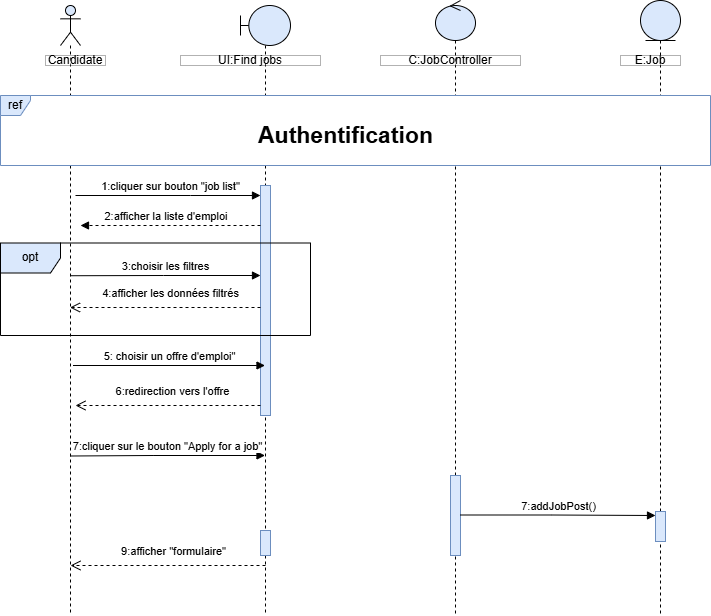
The draw.io diagram Diagramme de sequence postuler à un emploi.drawio.png in chirine1/-project, before a commit. Source tidied: cells renumbered, new cells last; positions are measured from the earlier drawing's top-left corner, leaving out a move shared by most shapes.
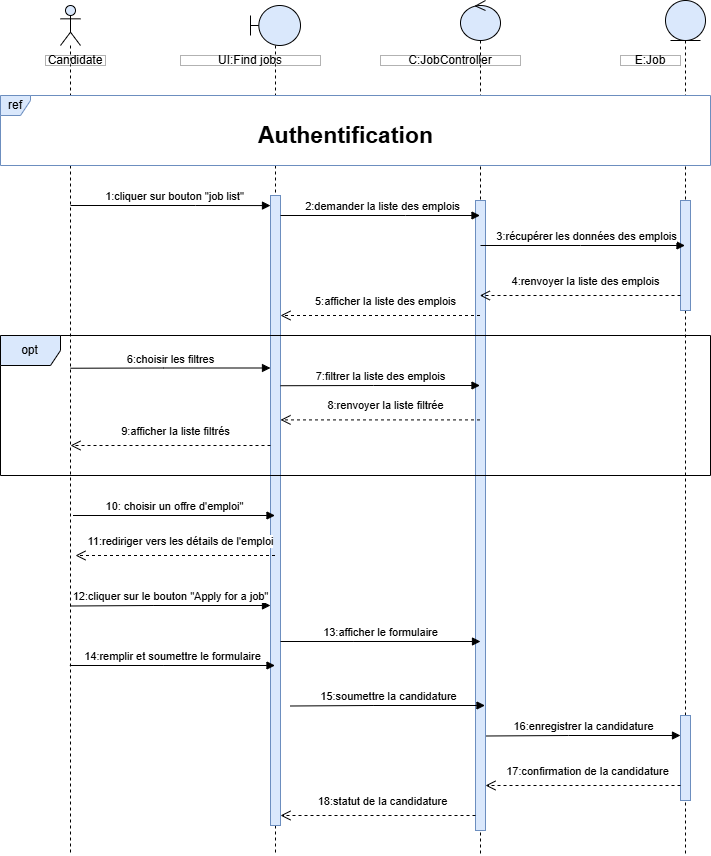
Above is the later version.

Commit message:
Mettre à jour Diagramme de sequence postuler à un emploi.drawio.png

Diff of the diagram source:
```diff
@@ -3,36 +3,37 @@
     <mxCell id="0" />
     <mxCell id="1" parent="0" />
     <mxCell id="2" style="shape=umlLifeline;perimeter=lifelinePerimeter;whiteSpace=wrap;html=1;outlineConnect=0;portConstraint=eastwest;newEdgeStyle={&quot;curved&quot;:0,&quot;rounded&quot;:0};participant=umlBoundary;fillColor=#dae8fc;strokeColor=default;" parent="1" vertex="1">
-      <mxGeometry x="240" y="5" width="50" height="610" as="geometry" />
+      <mxGeometry x="250" y="5" width="50" height="850" as="geometry" />
     </mxCell>
     <mxCell id="3" style="html=1;points=[[0,0,0,0,5],[0,1,0,0,-5],[1,0,0,0,5],[1,1,0,0,-5]];perimeter=orthogonalPerimeter;outlineConnect=0;targetShapes=umlLifeline;portConstraint=eastwest;newEdgeStyle={&quot;curved&quot;:0,&quot;rounded&quot;:0};fillColor=#dae8fc;strokeColor=#6c8ebf;" parent="2" vertex="1">
-      <mxGeometry x="20" y="180" width="10" height="230" as="geometry" />
+      <mxGeometry x="20" y="190" width="10" height="630" as="geometry" />
     </mxCell>
-    <mxCell id="4" style="html=1;perimeter=orthogonalPerimeter;targetShapes=umlLifeline;newEdgeStyle={&quot;curved&quot;:0,&quot;rounded&quot;:0};fillColor=#dae8fc;strokeColor=#6c8ebf;" parent="2" vertex="1">
-      <mxGeometry x="20" y="525" width="10" height="25" as="geometry" />
-    </mxCell>
     <mxCell id="5" style="shape=umlLifeline;perimeter=lifelinePerimeter;whiteSpace=wrap;html=1;newEdgeStyle={&quot;curved&quot;:0,&quot;rounded&quot;:0};participant=umlEntity;fillColor=#dae8fc;strokeColor=default;" parent="1" vertex="1">
-      <mxGeometry x="640" width="40" height="615" as="geometry" />
+      <mxGeometry x="665" width="40" height="855" as="geometry" />
     </mxCell>
+    <mxCell id="20" style="html=1;perimeter=orthogonalPerimeter;targetShapes=umlLifeline;newEdgeStyle={&quot;curved&quot;:0,&quot;rounded&quot;:0};fillColor=#dae8fc;strokeColor=#6c8ebf;" parent="5" vertex="1">
+      <mxGeometry x="15" y="715" width="10" height="85" as="geometry" />
+    </mxCell>
+    <mxCell id="26" style="html=1;perimeter=orthogonalPerimeter;targetShapes=umlLifeline;newEdgeStyle={&quot;curved&quot;:0,&quot;rounded&quot;:0};fillColor=#dae8fc;strokeColor=#6c8ebf;" parent="5" vertex="1">
+      <mxGeometry x="15" y="200" width="10" height="110" as="geometry" />
+    </mxCell>
     <mxCell id="6" style="shape=umlLifeline;perimeter=lifelinePerimeter;whiteSpace=wrap;html=1;outlineConnect=0;portConstraint=eastwest;newEdgeStyle={&quot;curved&quot;:0,&quot;rounded&quot;:0};participant=umlControl;fillColor=#dae8fc;strokeColor=default;" parent="1" vertex="1">
-      <mxGeometry x="435" width="40" height="615" as="geometry" />
+      <mxGeometry x="460" width="40" height="855" as="geometry" />
     </mxCell>
+    <mxCell id="18" style="html=1;points=[[0,0,0,0,5],[0,1,0,0,-5],[1,0,0,0,5],[1,1,0,0,-5]];perimeter=orthogonalPerimeter;outlineConnect=0;targetShapes=umlLifeline;portConstraint=eastwest;newEdgeStyle={&quot;curved&quot;:0,&quot;rounded&quot;:0};fillColor=#dae8fc;strokeColor=#6c8ebf;" parent="6" vertex="1">
+      <mxGeometry x="15" y="200" width="10" height="630" as="geometry" />
+    </mxCell>
     <mxCell id="7" style="shape=umlLifeline;perimeter=lifelinePerimeter;whiteSpace=wrap;html=1;outlineConnect=0;portConstraint=eastwest;newEdgeStyle={&quot;curved&quot;:0,&quot;rounded&quot;:0};participant=umlActor;fillColor=#dae8fc;strokeColor=default;" parent="1" vertex="1">
-      <mxGeometry x="60" y="5" width="20" height="610" as="geometry" />
+      <mxGeometry x="60" y="5" width="20" height="850" as="geometry" />
     </mxCell>
-    <mxCell id="8" value="6:redirection vers l'offre" style="html=1;verticalAlign=bottom;endArrow=open;dashed=1;endSize=8;curved=0;rounded=0;entryX=1;entryY=0;entryDx=0;entryDy=5;entryPerimeter=0;" parent="1" edge="1" source="3">
+    <mxCell id="8" value="11:rediriger vers les détails de l'emploi" style="html=1;verticalAlign=bottom;endArrow=open;dashed=1;endSize=8;curved=0;rounded=0;entryX=1;entryY=0;entryDx=0;entryDy=5;entryPerimeter=0;" parent="1" edge="1" source="2">
       <mxGeometry x="-0.05" y="-5" relative="1" as="geometry">
-        <mxPoint x="75" y="405" as="targetPoint" />
+        <mxPoint x="75" y="555" as="targetPoint" />
       </mxGeometry>
     </mxCell>
     <mxCell id="9" value="opt" style="shape=umlFrame;whiteSpace=wrap;html=1;fillColor=#dae8fc;strokeColor=default;" parent="1" vertex="1">
-      <mxGeometry y="242.5" width="310" height="92.5" as="geometry" />
+      <mxGeometry y="335" width="710" height="140" as="geometry" />
     </mxCell>
-    <mxCell id="10" value="2:afficher la liste d'emploi&amp;nbsp;" style="html=1;verticalAlign=bottom;endArrow=block;curved=0;rounded=0;dashed=1;" parent="1" edge="1" source="3">
-      <mxGeometry x="0.03" relative="1" as="geometry">
-        <mxPoint x="80" y="225" as="targetPoint" />
-      </mxGeometry>
-    </mxCell>
     <mxCell id="11" value="Candidate" style="html=1;whiteSpace=wrap;opacity=30;gradientColor=none;fillColor=default;fillStyle=auto;rounded=0;" parent="1" vertex="1">
       <mxGeometry x="45" y="55" width="60" height="10" as="geometry" />
     </mxCell>
@@ -45,65 +46,134 @@
     <mxCell id="14" value="E:Job" style="html=1;whiteSpace=wrap;opacity=30;gradientColor=none;fillColor=default;fillStyle=auto;rounded=0;" parent="1" vertex="1">
       <mxGeometry x="620" y="55" width="60" height="10" as="geometry" />
     </mxCell>
-    <mxCell id="15" value="1:cliquer sur bouton &quot;job list&quot;" style="html=1;verticalAlign=bottom;endArrow=block;curved=0;rounded=0;" parent="1" edge="1" target="3">
+    <mxCell id="15" value="1:cliquer sur bouton &quot;job list&quot;" style="html=1;verticalAlign=bottom;endArrow=block;curved=0;rounded=0;entryX=0;entryY=0.016;entryDx=0;entryDy=0;entryPerimeter=0;" parent="1" edge="1" target="3">
       <mxGeometry x="0.03" relative="1" as="geometry">
-        <mxPoint x="75" y="195" as="sourcePoint" />
+        <mxPoint x="70" y="205" as="sourcePoint" />
         <Array as="points">
-          <mxPoint x="190" y="195" />
+          <mxPoint x="195" y="205" />
         </Array>
       </mxGeometry>
     </mxCell>
     <mxCell id="16" value="ref" style="shape=umlFrame;whiteSpace=wrap;html=1;fillColor=#dae8fc;strokeColor=#6c8ebf;width=30;height=20;swimlaneFillColor=default;" parent="1" vertex="1">
       <mxGeometry y="95" width="710" height="70" as="geometry" />
     </mxCell>
-    <mxCell id="17" value="3:choisir les filtres" style="html=1;verticalAlign=bottom;endArrow=block;curved=0;rounded=0;exitX=0.5;exitY=0.443;exitDx=0;exitDy=0;exitPerimeter=0;" parent="1" edge="1" source="7" target="3">
+    <mxCell id="17" value="6:choisir les filtres" style="html=1;verticalAlign=bottom;endArrow=block;curved=0;rounded=0;exitX=0.5;exitY=0.443;exitDx=0;exitDy=0;exitPerimeter=0;" parent="1" edge="1" target="3">
       <mxGeometry relative="1" as="geometry">
+        <mxPoint x="70" y="367.7" as="sourcePoint" />
         <Array as="points">
-          <mxPoint x="163.1" y="275" />
+          <mxPoint x="163.1" y="367.5" />
         </Array>
       </mxGeometry>
     </mxCell>
-    <mxCell id="18" style="html=1;points=[[0,0,0,0,5],[0,1,0,0,-5],[1,0,0,0,5],[1,1,0,0,-5]];perimeter=orthogonalPerimeter;outlineConnect=0;targetShapes=umlLifeline;portConstraint=eastwest;newEdgeStyle={&quot;curved&quot;:0,&quot;rounded&quot;:0};fillColor=#dae8fc;strokeColor=#6c8ebf;" parent="1" vertex="1">
-      <mxGeometry x="450" y="475" width="10" height="80" as="geometry" />
-    </mxCell>
     <mxCell id="19" value="&lt;font style=&quot;font-size: 23px;&quot;&gt;Authentification&lt;/font&gt;" style="text;html=1;align=center;verticalAlign=middle;strokeColor=none;fillColor=default;gradientColor=none;rounded=0;glass=0;shadow=0;fontStyle=1;" parent="1" vertex="1">
       <mxGeometry x="255" y="115" width="180" height="40" as="geometry" />
     </mxCell>
-    <mxCell id="20" style="html=1;perimeter=orthogonalPerimeter;targetShapes=umlLifeline;newEdgeStyle={&quot;curved&quot;:0,&quot;rounded&quot;:0};fillColor=#dae8fc;strokeColor=#6c8ebf;" parent="1" vertex="1">
-      <mxGeometry x="655" y="511" width="10" height="30" as="geometry" />
-    </mxCell>
-    <mxCell id="21" value="5: choisir un offre d'emploi&quot;" style="html=1;verticalAlign=bottom;endArrow=block;curved=0;rounded=0;" parent="1" edge="1" target="2">
+    <mxCell id="21" value="10: choisir un offre d'emploi&quot;" style="html=1;verticalAlign=bottom;endArrow=block;curved=0;rounded=0;" parent="1" edge="1" target="2">
       <mxGeometry relative="1" as="geometry">
-        <mxPoint x="72.5" y="365" as="sourcePoint" />
+        <mxPoint x="72.5" y="515" as="sourcePoint" />
       </mxGeometry>
     </mxCell>
-    <mxCell id="22" value="7:cliquer sur le bouton &quot;Apply for a job&quot;" style="html=1;verticalAlign=bottom;endArrow=block;curved=0;rounded=0;" parent="1" edge="1" target="2">
+    <mxCell id="22" value="12:cliquer sur le bouton &quot;Apply for a job&quot;" style="html=1;verticalAlign=bottom;endArrow=block;curved=0;rounded=0;" parent="1" edge="1">
       <mxGeometry relative="1" as="geometry">
-        <mxPoint x="70" y="455.5" as="sourcePoint" />
+        <mxPoint x="70" y="605.5" as="sourcePoint" />
+        <mxPoint x="270" y="605" as="targetPoint" />
         <Array as="points">
-          <mxPoint x="152.6" y="455" />
+          <mxPoint x="152.6" y="605" />
         </Array>
       </mxGeometry>
     </mxCell>
-    <mxCell id="23" value="7:addJobPost()" style="html=1;verticalAlign=bottom;endArrow=block;curved=0;rounded=0;" parent="1" edge="1" source="18">
-      <mxGeometry relative="1" as="geometry">
-        <mxPoint x="655" y="515" as="targetPoint" />
-        <Array as="points">
-          <mxPoint x="550.6" y="514.5" />
-        </Array>
-      </mxGeometry>
-    </mxCell>
-    <mxCell id="24" value="9:afficher &quot;formulaire&quot;" style="html=1;verticalAlign=bottom;endArrow=open;dashed=1;endSize=8;curved=0;rounded=0;exitX=0;exitY=1;exitDx=0;exitDy=-5;exitPerimeter=0;entryX=1;entryY=1;entryDx=0;entryDy=-5;entryPerimeter=0;" parent="1" edge="1">
-      <mxGeometry x="-0.05" y="-5" relative="1" as="geometry">
-        <mxPoint x="265" y="565" as="sourcePoint" />
-        <mxPoint x="70" y="565" as="targetPoint" />
-      </mxGeometry>
-    </mxCell>
-    <mxCell id="25" value="4:afficher les données filtrés" style="html=1;verticalAlign=bottom;endArrow=open;dashed=1;endSize=8;curved=0;rounded=0;" parent="1" edge="1">
+    <mxCell id="25" value="9:afficher la liste filtrés" style="html=1;verticalAlign=bottom;endArrow=open;dashed=1;endSize=8;curved=0;rounded=0;" parent="1" edge="1" source="3">
       <mxGeometry x="-0.05" y="-5" relative="1" as="geometry">
-        <mxPoint x="260" y="307" as="sourcePoint" />
-        <mxPoint x="69.5" y="307" as="targetPoint" />
+        <mxPoint x="70" y="445" as="targetPoint" />
       </mxGeometry>
     </mxCell>
+    <mxCell id="27" value="2:demander la liste des emplois" style="html=1;verticalAlign=bottom;endArrow=block;curved=0;rounded=0;" parent="1" edge="1" target="6">
+      <mxGeometry x="0.03" relative="1" as="geometry">
+        <mxPoint x="280" y="215" as="sourcePoint" />
+        <Array as="points">
+          <mxPoint x="405" y="215" />
+        </Array>
+      </mxGeometry>
+    </mxCell>
+    <mxCell id="28" value="3:récupérer les données des emplois" style="html=1;verticalAlign=bottom;endArrow=block;curved=0;rounded=0;" parent="1" edge="1">
+      <mxGeometry x="0.03" relative="1" as="geometry">
+        <mxPoint x="480" y="245" as="sourcePoint" />
+        <mxPoint x="684.5" y="245" as="targetPoint" />
+        <Array as="points">
+          <mxPoint x="580" y="245" />
+        </Array>
+      </mxGeometry>
+    </mxCell>
+    <mxCell id="29" value="4:renvoyer la liste des emplois&lt;span style=&quot;color: rgba(0, 0, 0, 0); font-family: monospace; font-size: 0px; text-align: start; background-color: rgb(251, 251, 251);&quot;&gt;%3CmxGraphModel%3E%3Croot%3E%3CmxCell%20id%3D%220%22%2F%3E%3CmxCell%20id%3D%221%22%20parent%3D%220%22%2F%3E%3CmxCell%20id%3D%222%22%20value%3D%224%3Aafficher%20les%20donn%C3%A9es%20filtr%C3%A9s%22%20style%3D%22html%3D1%3BverticalAlign%3Dbottom%3BendArrow%3Dopen%3Bdashed%3D1%3BendSize%3D8%3Bcurved%3D0%3Brounded%3D0%3B%22%20edge%3D%221%22%20parent%3D%221%22%3E%3CmxGeometry%20x%3D%22-0.0526%22%20y%3D%22-5%22%20relative%3D%221%22%20as%3D%22geometry%22%3E%3CmxPoint%20x%3D%22270%22%20y%3D%22-788%22%20as%3D%22sourcePoint%22%2F%3E%3CmxPoint%20x%3D%2279.5%22%20y%3D%22-788%22%20as%3D%22targetPoint%22%2F%3E%3CmxPoint%20as%3D%22offset%22%2F%3E%3C%2FmxGeometry%3E%3C%2FmxCell%3E%3C%2Froot%3E%3C%2FmxGraphModel%3E&lt;/span&gt;" style="html=1;verticalAlign=bottom;endArrow=open;dashed=1;endSize=8;curved=0;rounded=0;" parent="1" edge="1" target="6">
+      <mxGeometry x="-0.05" y="-5" relative="1" as="geometry">
+        <mxPoint x="680" y="295" as="sourcePoint" />
+      </mxGeometry>
+    </mxCell>
+    <mxCell id="30" value="5:afficher la liste des emplois" style="html=1;verticalAlign=bottom;endArrow=open;dashed=1;endSize=8;curved=0;rounded=0;" parent="1" edge="1" source="6">
+      <mxGeometry x="-0.05" y="-5" relative="1" as="geometry">
+        <mxPoint x="280" y="315" as="targetPoint" />
+      </mxGeometry>
+    </mxCell>
+    <mxCell id="31" value="7:filtrer la liste des emplois" style="html=1;verticalAlign=bottom;endArrow=block;curved=0;rounded=0;exitX=0.5;exitY=0.443;exitDx=0;exitDy=0;exitPerimeter=0;" parent="1" edge="1" target="6">
+      <mxGeometry relative="1" as="geometry">
+        <mxPoint x="280" y="385.2" as="sourcePoint" />
+        <Array as="points">
+          <mxPoint x="373.1" y="385" />
+        </Array>
+      </mxGeometry>
+    </mxCell>
+    <mxCell id="32" value="8:renvoyer la liste filtrée" style="html=1;verticalAlign=bottom;endArrow=open;dashed=1;endSize=8;curved=0;rounded=0;" parent="1" edge="1" source="6">
+      <mxGeometry x="-0.05" y="-5" relative="1" as="geometry">
+        <mxPoint x="280" y="419.4" as="targetPoint" />
+      </mxGeometry>
+    </mxCell>
+    <mxCell id="33" value="13:afficher le formulaire" style="html=1;verticalAlign=bottom;endArrow=block;curved=0;rounded=0;" parent="1" edge="1">
+      <mxGeometry relative="1" as="geometry">
+        <mxPoint x="280" y="641" as="sourcePoint" />
+        <mxPoint x="480" y="641" as="targetPoint" />
+        <Array as="points">
+          <mxPoint x="352.6" y="641" />
+        </Array>
+      </mxGeometry>
+    </mxCell>
+    <mxCell id="34" value="15:soumettre la candidature" style="html=1;verticalAlign=bottom;endArrow=block;curved=0;rounded=0;" parent="1" edge="1">
+      <mxGeometry relative="1" as="geometry">
+        <mxPoint x="290" y="705.5" as="sourcePoint" />
+        <mxPoint x="484.5" y="705" as="targetPoint" />
+        <Array as="points">
+          <mxPoint x="372.6" y="705" />
+        </Array>
+      </mxGeometry>
+    </mxCell>
+    <mxCell id="35" value="17:confirmation de la candidature" style="html=1;verticalAlign=bottom;endArrow=open;dashed=1;endSize=8;curved=0;rounded=0;exitX=0;exitY=1;exitDx=0;exitDy=-5;exitPerimeter=0;entryX=1;entryY=1;entryDx=0;entryDy=-5;entryPerimeter=0;" parent="1" edge="1">
+      <mxGeometry x="-0.05" y="-5" relative="1" as="geometry">
+        <mxPoint x="680" y="785" as="sourcePoint" />
+        <mxPoint x="485" y="785" as="targetPoint" />
+      </mxGeometry>
+    </mxCell>
+    <mxCell id="36" value="14:remplir et soumettre le formulaire" style="html=1;verticalAlign=bottom;endArrow=block;curved=0;rounded=0;" parent="1" edge="1">
+      <mxGeometry relative="1" as="geometry">
+        <mxPoint x="69.3" y="665" as="sourcePoint" />
+        <mxPoint x="274.5" y="665" as="targetPoint" />
+        <Array as="points">
+          <mxPoint x="162.6" y="665" />
+        </Array>
+      </mxGeometry>
+    </mxCell>
+    <mxCell id="37" value="16:enregistrer la candidature" style="html=1;verticalAlign=bottom;endArrow=block;curved=0;rounded=0;" parent="1" edge="1">
+      <mxGeometry relative="1" as="geometry">
+        <mxPoint x="485.5" y="735.5" as="sourcePoint" />
+        <mxPoint x="680" y="735" as="targetPoint" />
+        <Array as="points">
+          <mxPoint x="568.1" y="735" />
+        </Array>
+      </mxGeometry>
+    </mxCell>
+    <mxCell id="38" value="18:statut de la candidature" style="html=1;verticalAlign=bottom;endArrow=open;dashed=1;endSize=8;curved=0;rounded=0;exitX=0;exitY=1;exitDx=0;exitDy=-5;exitPerimeter=0;entryX=1;entryY=1;entryDx=0;entryDy=-5;entryPerimeter=0;" parent="1" edge="1">
+      <mxGeometry x="-0.05" y="-5" relative="1" as="geometry">
+        <mxPoint x="475" y="815" as="sourcePoint" />
+        <mxPoint x="280" y="815" as="targetPoint" />
+      </mxGeometry>
+    </mxCell>
   </root>
 </mxGraphModel>
```
